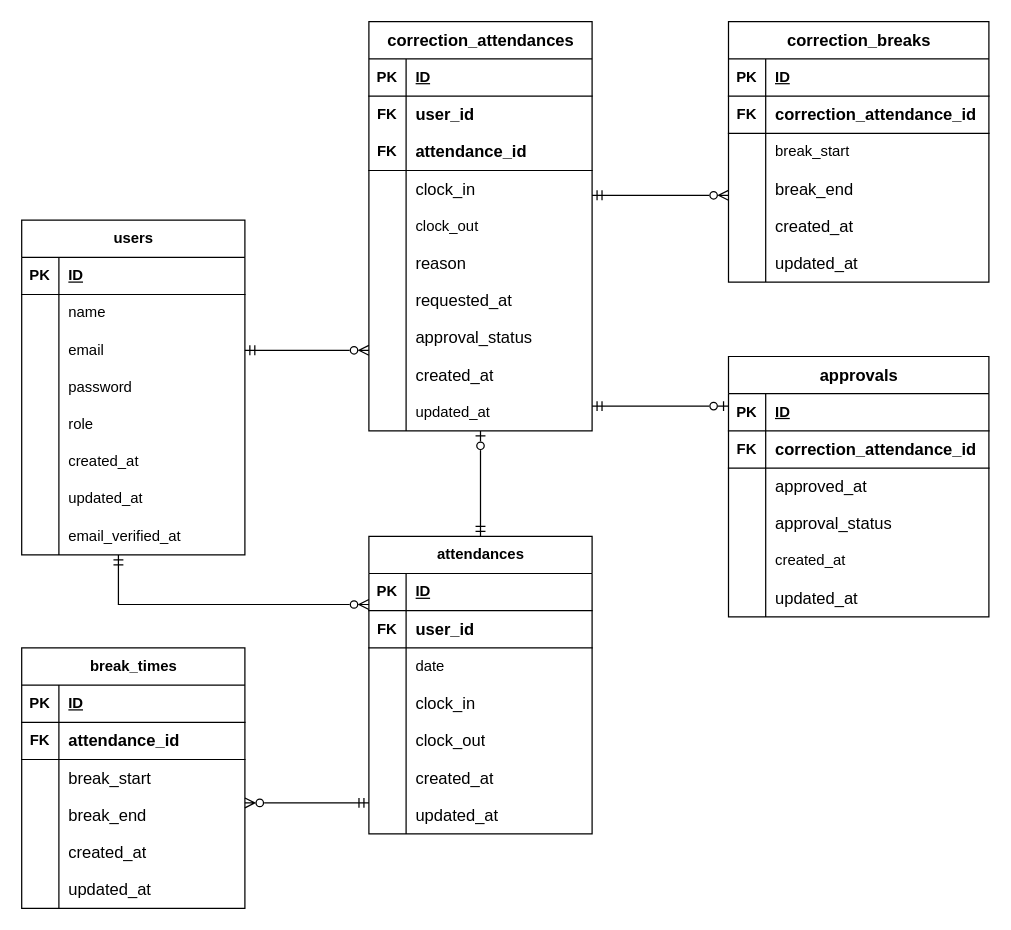
The draw.io diagram attendance.dio in ri0921/attendance, before the edit. Source tidied: cells renumbered, new cells numbered last; positions are measured from the earlier drawing's top-left corner, leaving out a move shared by most shapes. Both pictures are drawn from the tidied source at 124%, with x=0, y=0 at pixel (21, 21).
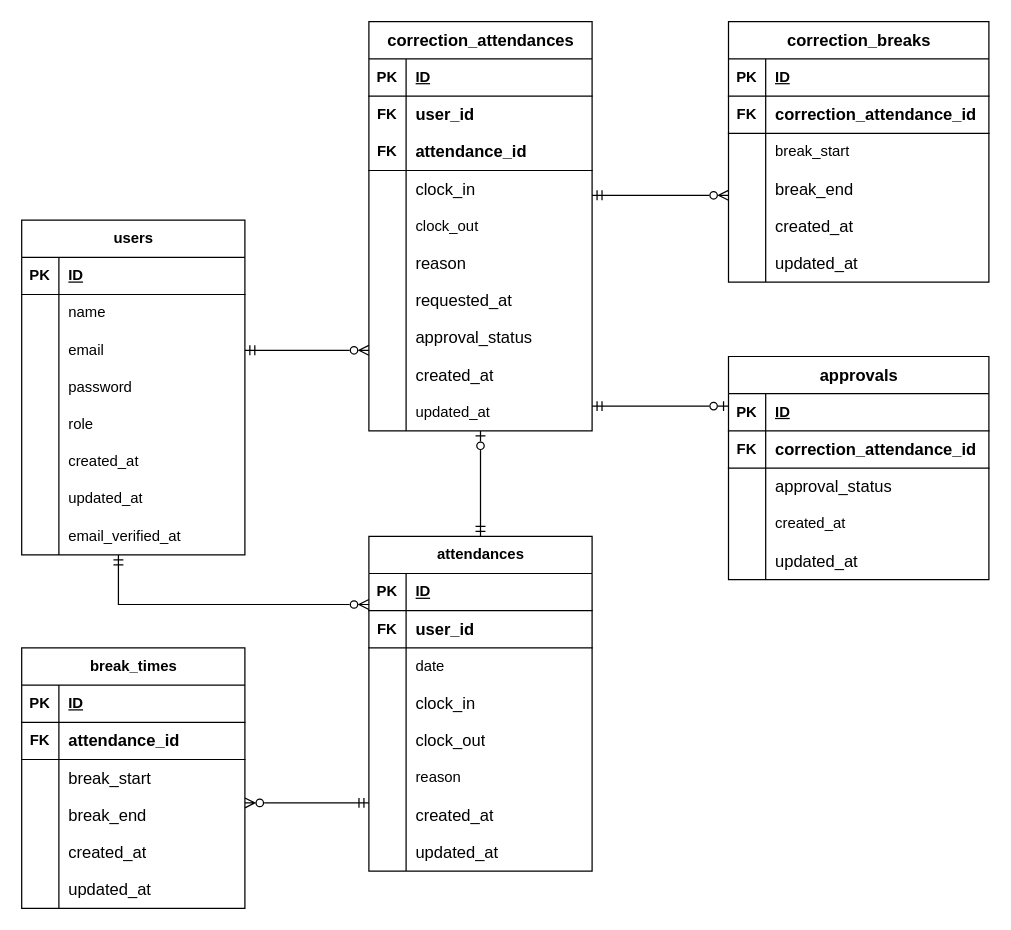
The same page after the edit.

What changed in the source:
```diff
@@
     <mxCell id="27" value="attendances" style="shape=table;startSize=30;childLayout=tableLayout;rowLines=0;fontStyle=1;align=center;html=1;" parent="1" vertex="1">
-      <mxGeometry x="280" y="415" width="180" height="240" as="geometry" />
+      <mxGeometry x="280" y="415" width="180" height="270" as="geometry" />
     </mxCell>
@@
+    <mxCell id="143" style="shape=tableRow;horizontal=0;startSize=0;swimlaneHead=0;swimlaneBody=0;fillColor=none;top=0;left=0;right=0;bottom=0;" parent="27" vertex="1">
+      <mxGeometry y="180" width="180" height="30" as="geometry" />
+    </mxCell>
+    <mxCell id="126" style="shape=partialRectangle;fillColor=none;top=0;left=0;bottom=0;right=0;overflow=hidden;whiteSpace=wrap;html=1;" parent="143" vertex="1">
+      <mxGeometry width="30" height="30" as="geometry" />
+    </mxCell>
+    <mxCell id="144" value="reason" style="shape=partialRectangle;fillColor=none;top=0;left=0;bottom=0;right=0;align=left;spacingLeft=6;overflow=hidden;whiteSpace=wrap;html=1;" parent="143" vertex="1">
+      <mxGeometry x="30" width="150" height="30" as="geometry" />
+    </mxCell>
     <mxCell id="43" style="shape=tableRow;horizontal=0;startSize=0;swimlaneHead=0;swimlaneBody=0;fillColor=none;top=0;left=0;right=0;bottom=0;" parent="27" vertex="1">
-      <mxGeometry y="180" width="180" height="30" as="geometry" />
+      <mxGeometry y="210" width="180" height="30" as="geometry" />
     </mxCell>
@@
     <mxCell id="46" style="shape=tableRow;horizontal=0;startSize=0;swimlaneHead=0;swimlaneBody=0;fillColor=none;points=[[0,0.5],[1,0.5]];portConstraint=eastwest;top=0;left=0;right=0;bottom=0;" parent="27" vertex="1">
-      <mxGeometry y="210" width="180" height="30" as="geometry" />
+      <mxGeometry y="240" width="180" height="30" as="geometry" />
     </mxCell>
@@
     <mxCell id="118" value="&lt;span style=&quot;color: rgb(0, 0, 0); text-align: start; text-wrap: wrap; font-size: 10pt; font-family: Arial;&quot;&gt;approvals&lt;/span&gt;" style="shape=table;startSize=30;childLayout=tableLayout;rowLines=0;fontStyle=1;align=center;html=1;" parent="1" vertex="1">
-      <mxGeometry x="570" y="270" width="210" height="210" as="geometry" />
+      <mxGeometry x="570" y="270" width="210" height="180" as="geometry" />
     </mxCell>
@@
-    <mxCell id="125" style="shape=tableRow;horizontal=0;startSize=0;swimlaneHead=0;swimlaneBody=0;fillColor=none;top=0;left=0;right=0;bottom=0;" parent="118" vertex="1">
-      <mxGeometry y="90" width="210" height="30" as="geometry" />
-    </mxCell>
-    <mxCell id="126" style="shape=partialRectangle;fillColor=none;top=0;left=0;bottom=0;right=0;overflow=hidden;whiteSpace=wrap;html=1;" parent="125" vertex="1">
-      <mxGeometry width="30" height="30" as="geometry" />
-    </mxCell>
-    <mxCell id="127" value="&lt;span style=&quot;font-size:10pt;font-family:Arial;font-style:normal;&quot;&gt;approved_at&lt;/span&gt;" style="shape=partialRectangle;fillColor=none;top=0;left=0;bottom=0;right=0;align=left;spacingLeft=6;overflow=hidden;whiteSpace=wrap;html=1;" parent="125" vertex="1">
-      <mxGeometry x="30" width="180" height="30" as="geometry" />
-    </mxCell>
     <mxCell id="128" style="shape=tableRow;horizontal=0;startSize=0;swimlaneHead=0;swimlaneBody=0;fillColor=none;top=0;left=0;right=0;bottom=0;" parent="118" vertex="1">
-      <mxGeometry y="120" width="210" height="30" as="geometry" />
+      <mxGeometry y="90" width="210" height="30" as="geometry" />
     </mxCell>
@@
     <mxCell id="131" style="shape=tableRow;horizontal=0;startSize=0;swimlaneHead=0;swimlaneBody=0;fillColor=none;top=0;left=0;right=0;bottom=0;" parent="118" vertex="1">
-      <mxGeometry y="150" width="210" height="30" as="geometry" />
+      <mxGeometry y="120" width="210" height="30" as="geometry" />
     </mxCell>
@@
     <mxCell id="134" style="shape=tableRow;horizontal=0;startSize=0;swimlaneHead=0;swimlaneBody=0;fillColor=none;top=0;left=0;right=0;bottom=0;" parent="118" vertex="1">
-      <mxGeometry y="180" width="210" height="30" as="geometry" />
+      <mxGeometry y="150" width="210" height="30" as="geometry" />
     </mxCell>
@@
-    <mxCell id="139" style="endArrow=ERmandOne;html=1;rounded=0;startArrow=ERzeroToMany;startFill=0;endFill=0;entryX=0;entryY=0.167;entryDx=0;entryDy=0;entryPerimeter=0;" parent="1" edge="1" target="46">
+    <mxCell id="139" style="endArrow=ERmandOne;html=1;rounded=0;startArrow=ERzeroToMany;startFill=0;endFill=0;" parent="1" edge="1">
       <mxGeometry relative="1" as="geometry">
         <mxPoint x="180" y="630" as="sourcePoint" />
+        <mxPoint x="280" y="630" as="targetPoint" />
       </mxGeometry>
     </mxCell>
```
